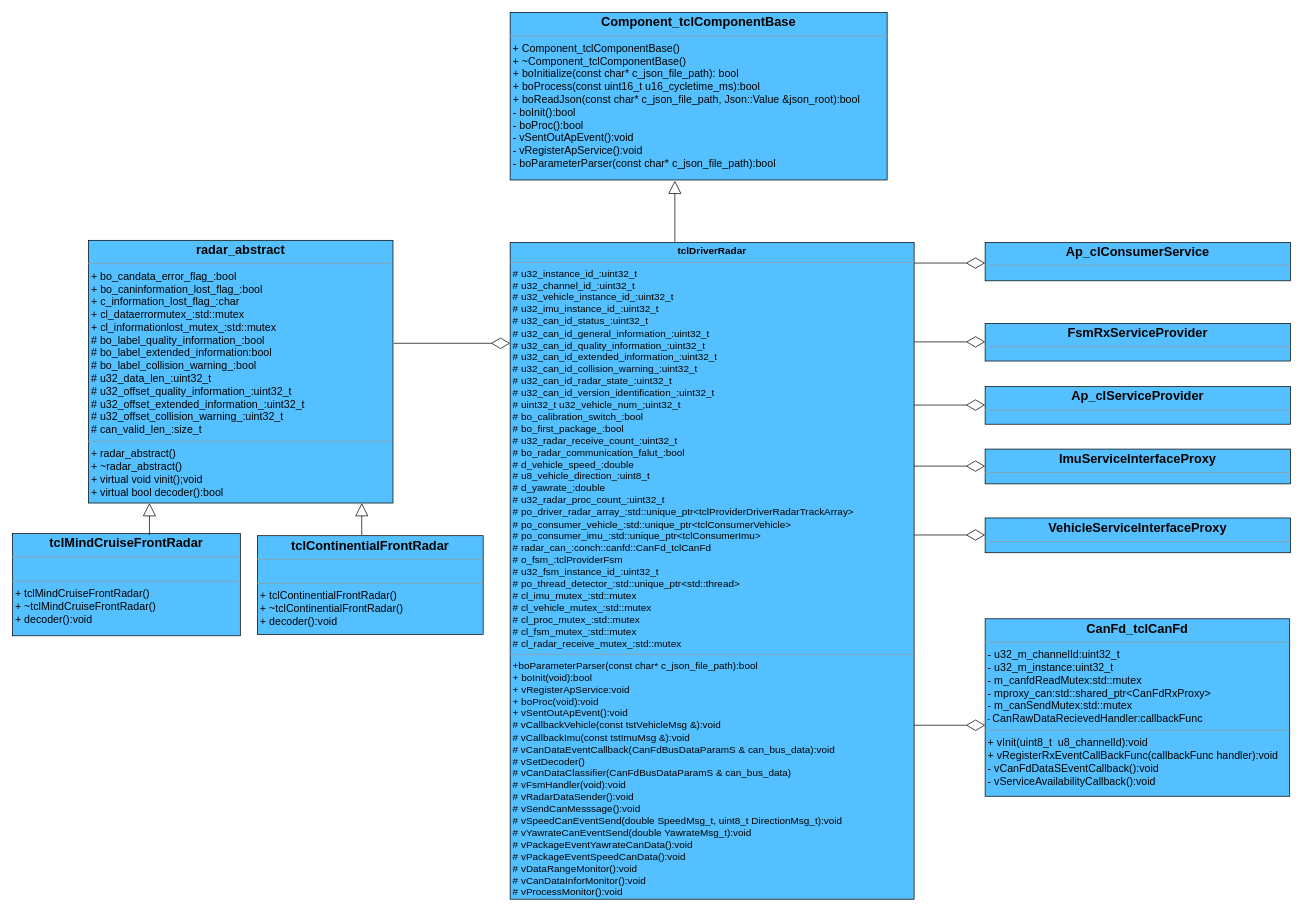
CodePorterW/DrawIo keeps this draw.io diagram as imu_静态图.drawio. Above is the earlier version. Source tidied: cells renumbered, new cells numbered last; positions are measured from the earlier drawing's top-left corner, leaving out a move shared by most shapes. Both pictures are drawn from the tidied source at 71%, with x=0, y=0 at pixel (12, 12).
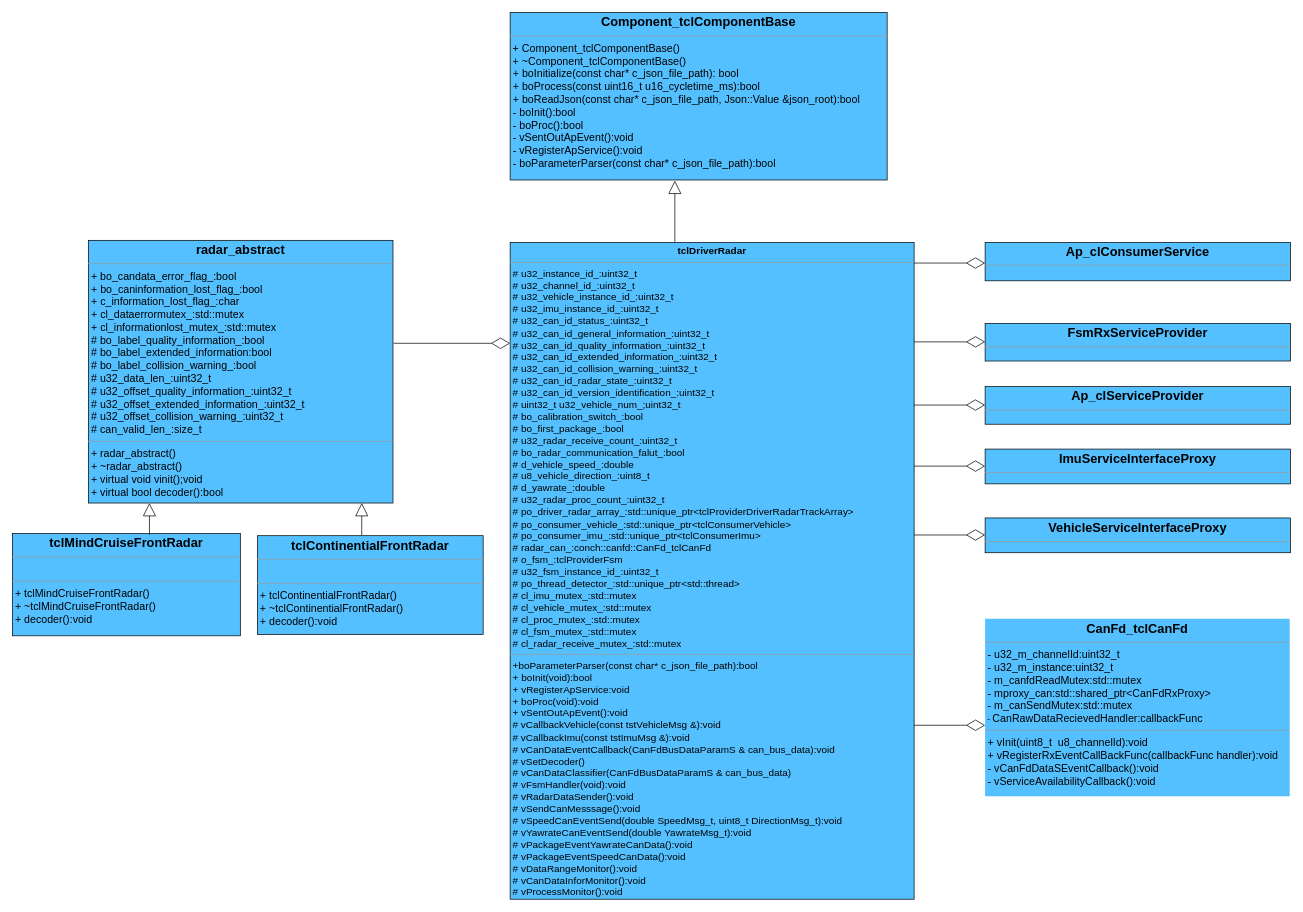
The same diagram, later.

The edit, as a diff of the source:
```diff
@@
-    <mxCell id="3" value="&lt;p style=&quot;margin: 4px 0px 0px ; text-align: center&quot;&gt;&lt;font style=&quot;font-size: 18px&quot;&gt;&lt;b&gt;CanFd_tclCanFd&lt;/b&gt;&lt;br&gt;&lt;/font&gt;&lt;/p&gt;&lt;hr size=&quot;1&quot; style=&quot;font-size: 15px&quot;&gt;&lt;p style=&quot;margin: 0px 0px 0px 4px ; font-size: 15px&quot;&gt;&lt;span&gt;- u32_m_channelId:uint32_t&lt;/span&gt;&lt;br&gt;&lt;/p&gt;&lt;p style=&quot;margin: 0px 0px 0px 4px ; font-size: 15px&quot;&gt;-&amp;nbsp;u32_m_instance:uint32_t&lt;/p&gt;&lt;p style=&quot;margin: 0px 0px 0px 4px ; font-size: 15px&quot;&gt;-&amp;nbsp;m_canfdReadMutex:std::mutex&lt;/p&gt;&lt;p style=&quot;margin: 0px 0px 0px 4px ; font-size: 15px&quot;&gt;-&amp;nbsp;mproxy_can:std::shared_ptr&amp;lt;CanFdRxProxy&amp;gt;&lt;/p&gt;&lt;p style=&quot;margin: 0px 0px 0px 4px ; font-size: 15px&quot;&gt;-&amp;nbsp;m_canSendMutex:std::mutex&lt;/p&gt;&amp;nbsp;-&amp;nbsp;&lt;font style=&quot;font-size: 15px&quot;&gt;CanRawDataRecievedHandler:callbackFunc&lt;/font&gt;&lt;br&gt;&lt;hr size=&quot;1&quot; style=&quot;font-size: 15px&quot;&gt;&lt;p style=&quot;margin: 0px 0px 0px 4px ; font-size: 15px&quot;&gt;+&amp;nbsp;vInit(uint8_t&amp;nbsp; u8_channelId):void&lt;/p&gt;&lt;p style=&quot;margin: 0px 0px 0px 4px ; font-size: 15px&quot;&gt;+&amp;nbsp;vRegisterRxEventCallBackFunc(callbackFunc handler):void&lt;/p&gt;&lt;p style=&quot;margin: 0px 0px 0px 4px ; font-size: 15px&quot;&gt;-&amp;nbsp;vCanFdDataSEventCallback():void&lt;/p&gt;&lt;p style=&quot;margin: 0px 0px 0px 4px ; font-size: 15px&quot;&gt;-&amp;nbsp;vServiceAvailabilityCallback():void&lt;/p&gt;&lt;p style=&quot;margin: 0px 0px 0px 4px ; font-size: 15px&quot;&gt;&lt;font style=&quot;font-size: 15px&quot;&gt;&lt;br&gt;&lt;/font&gt;&lt;/p&gt;&lt;p style=&quot;margin: 0px 0px 0px 4px ; font-size: 15px&quot;&gt;&lt;br&gt;&lt;/p&gt;" style="verticalAlign=top;align=left;overflow=fill;fontSize=12;fontFamily=Helvetica;html=1;fillColor=#54C0FF;strokeColor=default;" parent="1" vertex="1">
+    <mxCell id="3" value="&lt;p style=&quot;margin: 4px 0px 0px ; text-align: center&quot;&gt;&lt;font style=&quot;font-size: 18px&quot;&gt;&lt;b&gt;CanFd_tclCanFd&lt;/b&gt;&lt;br&gt;&lt;/font&gt;&lt;/p&gt;&lt;hr size=&quot;1&quot; style=&quot;font-size: 15px&quot;&gt;&lt;p style=&quot;margin: 0px 0px 0px 4px ; font-size: 15px&quot;&gt;&lt;span&gt;- u32_m_channelId:uint32_t&lt;/span&gt;&lt;br&gt;&lt;/p&gt;&lt;p style=&quot;margin: 0px 0px 0px 4px ; font-size: 15px&quot;&gt;-&amp;nbsp;u32_m_instance:uint32_t&lt;/p&gt;&lt;p style=&quot;margin: 0px 0px 0px 4px ; font-size: 15px&quot;&gt;-&amp;nbsp;m_canfdReadMutex:std::mutex&lt;/p&gt;&lt;p style=&quot;margin: 0px 0px 0px 4px ; font-size: 15px&quot;&gt;-&amp;nbsp;mproxy_can:std::shared_ptr&amp;lt;CanFdRxProxy&amp;gt;&lt;/p&gt;&lt;p style=&quot;margin: 0px 0px 0px 4px ; font-size: 15px&quot;&gt;-&amp;nbsp;m_canSendMutex:std::mutex&lt;/p&gt;&amp;nbsp;-&amp;nbsp;&lt;font style=&quot;font-size: 15px&quot;&gt;CanRawDataRecievedHandler:callbackFunc&lt;/font&gt;&lt;br&gt;&lt;hr size=&quot;1&quot; style=&quot;font-size: 15px&quot;&gt;&lt;p style=&quot;margin: 0px 0px 0px 4px ; font-size: 15px&quot;&gt;+&amp;nbsp;vInit(uint8_t&amp;nbsp; u8_channelId):void&lt;/p&gt;&lt;p style=&quot;margin: 0px 0px 0px 4px ; font-size: 15px&quot;&gt;+&amp;nbsp;vRegisterRxEventCallBackFunc(callbackFunc handler):void&lt;/p&gt;&lt;p style=&quot;margin: 0px 0px 0px 4px ; font-size: 15px&quot;&gt;-&amp;nbsp;vCanFdDataSEventCallback():void&lt;/p&gt;&lt;p style=&quot;margin: 0px 0px 0px 4px ; font-size: 15px&quot;&gt;-&amp;nbsp;vServiceAvailabilityCallback():void&lt;/p&gt;&lt;p style=&quot;margin: 0px 0px 0px 4px ; font-size: 15px&quot;&gt;&lt;font style=&quot;font-size: 15px&quot;&gt;&lt;br&gt;&lt;/font&gt;&lt;/p&gt;&lt;p style=&quot;margin: 0px 0px 0px 4px ; font-size: 15px&quot;&gt;&lt;br&gt;&lt;/p&gt;" style="verticalAlign=top;align=left;overflow=fill;fontSize=12;fontFamily=Helvetica;html=1;fillColor=#54C0FF;strokeColor=none;" parent="1" vertex="1">
       <mxGeometry x="1370" y="854" width="429" height="250" as="geometry" />
     </mxCell>
```
